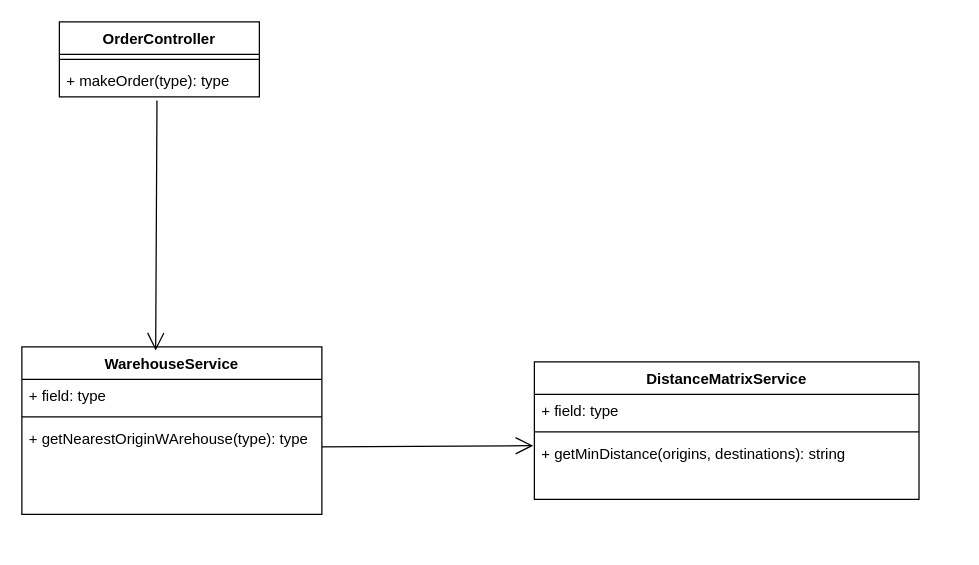
Earlier version of the draw.io diagram diagramas_de_clase/Dropi diagrams.drawio (jhaineymilevis/diagrams). Source tidied: cells renumbered, new cells numbered last; positions are measured from the earlier drawing's top-left corner, leaving out a move shared by most shapes. Both pictures are drawn from the tidied source at 125%, with x=0, y=0 at pixel (21, 21).
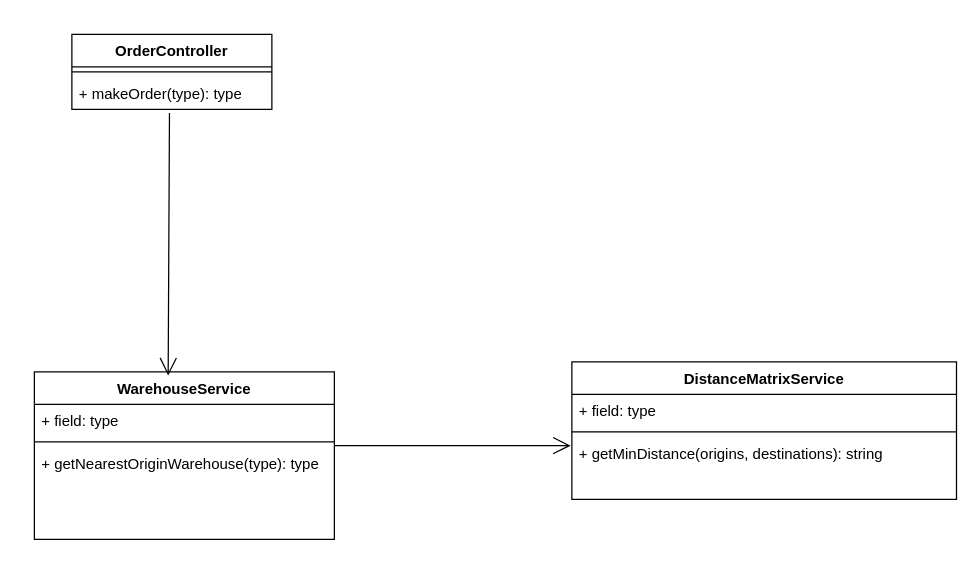
The same page after the edit.

What changed in the source:
```diff
@@
 <mxGraphModel>
   <root>
     <mxCell id="0" />
     <mxCell id="1" parent="0" />
     <mxCell id="2" value="OrderController" style="swimlane;fontStyle=1;align=center;verticalAlign=top;horizontal=1;startSize=26;whiteSpace=wrap;html=1;" parent="1" vertex="1">
-      <mxGeometry x="30" width="160" height="60" as="geometry" />
+      <mxGeometry x="40" y="10" width="160" height="60" as="geometry" />
     </mxCell>
     <mxCell id="3" style="line;strokeWidth=1;fillColor=none;align=left;verticalAlign=middle;spacingTop=-1;spacingLeft=3;spacingRight=3;labelPosition=right;strokeColor=inherit;" parent="2" vertex="1">
       <mxGeometry y="26" width="160" height="8" as="geometry" />
     </mxCell>
     <mxCell id="4" value="+ makeOrder(type): type" style="text;strokeColor=none;fillColor=none;align=left;verticalAlign=top;spacingLeft=4;spacingRight=4;overflow=hidden;points=[[0,0.5],[1,0.5]];portConstraint=eastwest;whiteSpace=wrap;html=1;" parent="2" vertex="1">
       <mxGeometry y="34" width="160" height="26" as="geometry" />
     </mxCell>
     <mxCell id="5" value="WarehouseService" style="swimlane;fontStyle=1;align=center;verticalAlign=top;horizontal=1;startSize=26;whiteSpace=wrap;html=1;" parent="1" vertex="1">
-      <mxGeometry y="260" width="240" height="134" as="geometry" />
+      <mxGeometry x="10" y="280" width="240" height="134" as="geometry" />
     </mxCell>
     <mxCell id="6" value="+ field: type" style="text;strokeColor=none;fillColor=none;align=left;verticalAlign=top;spacingLeft=4;spacingRight=4;overflow=hidden;whiteSpace=wrap;html=1;" parent="5" vertex="1">
       <mxGeometry y="26" width="240" height="26" as="geometry" />
     </mxCell>
     <mxCell id="7" style="line;strokeWidth=1;fillColor=none;align=left;verticalAlign=middle;spacingTop=-1;spacingLeft=3;spacingRight=3;labelPosition=right;points=[];portConstraint=eastwest;strokeColor=inherit;" parent="5" vertex="1">
       <mxGeometry y="52" width="240" height="8" as="geometry" />
     </mxCell>
-    <mxCell id="8" value="+ getNearestOriginWArehouse(type): type" style="text;strokeColor=none;fillColor=none;align=left;verticalAlign=top;spacingLeft=4;spacingRight=4;overflow=hidden;whiteSpace=wrap;html=1;" parent="5" vertex="1">
+    <mxCell id="8" value="+&amp;nbsp;getNearestOriginWarehouse&lt;span style=&quot;background-color: initial;&quot;&gt;(type): type&lt;/span&gt;" style="text;strokeColor=none;fillColor=none;align=left;verticalAlign=top;spacingLeft=4;spacingRight=4;overflow=hidden;whiteSpace=wrap;html=1;" parent="5" vertex="1">
       <mxGeometry y="60" width="240" height="74" as="geometry" />
     </mxCell>
     <mxCell id="9" style="endArrow=open;endFill=1;endSize=12;html=1;rounded=0;entryX=0.446;entryY=0.022;entryDx=0;entryDy=0;entryPerimeter=0;exitX=0.488;exitY=1.115;exitDx=0;exitDy=0;exitPerimeter=0;" parent="1" edge="1" source="4" target="5">
       <mxGeometry relative="1" as="geometry" />
     </mxCell>
     <mxCell id="10" value="DistanceMatrixService" style="swimlane;fontStyle=1;align=center;verticalAlign=top;horizontal=1;startSize=26;whiteSpace=wrap;html=1;" parent="1" vertex="1">
-      <mxGeometry x="410" y="272" width="307.7" height="110" as="geometry" />
+      <mxGeometry x="440" y="272" width="307.7" height="110" as="geometry" />
     </mxCell>
     <mxCell id="11" value="+ field: type" style="text;strokeColor=none;fillColor=none;align=left;verticalAlign=top;spacingLeft=4;spacingRight=4;overflow=hidden;whiteSpace=wrap;html=1;" parent="10" vertex="1">
       <mxGeometry y="26" width="307.7" height="26" as="geometry" />
     </mxCell>
     <mxCell id="12" style="line;strokeWidth=1;fillColor=none;align=left;verticalAlign=middle;spacingTop=-1;spacingLeft=3;spacingRight=3;labelPosition=right;strokeColor=inherit;" parent="10" vertex="1">
       <mxGeometry y="52" width="307.7" height="8" as="geometry" />
     </mxCell>
     <mxCell id="13" value="+ getMinDistance(origins, destinations): string" style="text;strokeColor=none;fillColor=none;align=left;verticalAlign=top;spacingLeft=4;spacingRight=4;overflow=hidden;points=[[0,0.5],[1,0.5]];portConstraint=eastwest;whiteSpace=wrap;html=1;" parent="10" vertex="1">
       <mxGeometry y="60" width="307.7" height="50" as="geometry" />
     </mxCell>
-    <mxCell id="14" style="endArrow=open;endFill=1;endSize=12;html=1;rounded=0;entryX=-0.003;entryY=0.14;entryDx=0;entryDy=0;entryPerimeter=0;" parent="1" edge="1" target="13">
-      <mxGeometry relative="1" as="geometry">
-        <mxPoint x="240" y="340" as="sourcePoint" />
-      </mxGeometry>
+    <mxCell id="14" style="endArrow=open;endFill=1;endSize=12;html=1;rounded=0;entryX=-0.003;entryY=0.14;entryDx=0;entryDy=0;entryPerimeter=0;exitX=1;exitY=0.875;exitDx=0;exitDy=0;exitPerimeter=0;" parent="1" edge="1" source="7" target="13">
+      <mxGeometry relative="1" as="geometry" />
     </mxCell>
   </root>
 </mxGraphModel>
```
